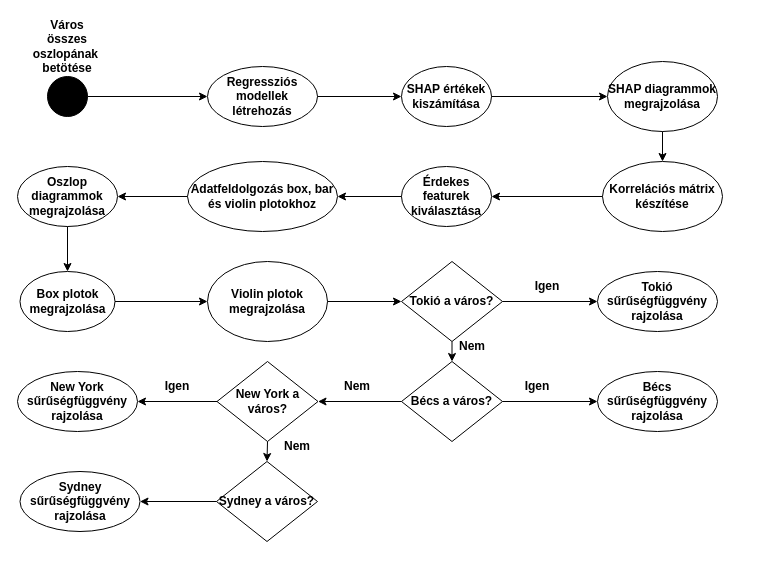
Earlier version of the draw.io diagram Adatelemzés.drawio (HabanAndras/Gepi-latas). Source tidied: cells renumbered, new cells numbered last; positions are measured from the earlier drawing's top-left corner, leaving out a move shared by most shapes. Both pictures are drawn from the tidied source at 100%, with x=0, y=0 at pixel (17, 31).
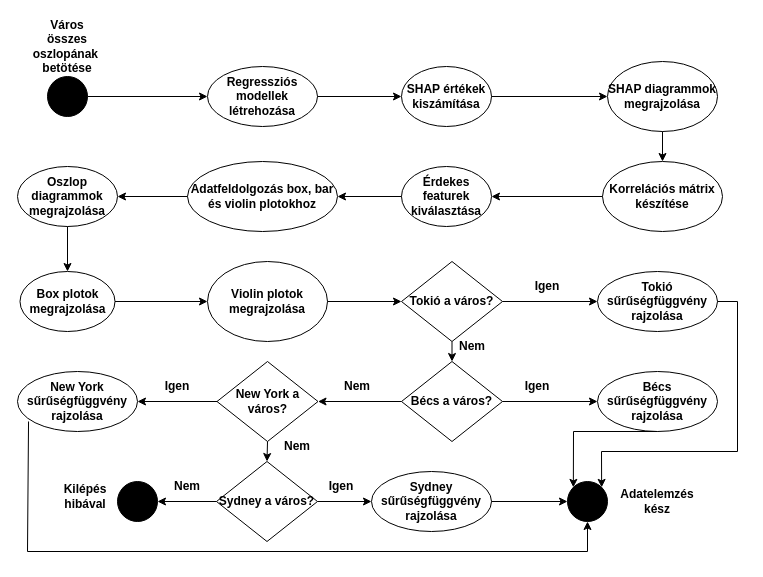
Above is the later version.

The change refers to these unchanged cells:
```xml
<mxCell id="24" value="&lt;b&gt;Tokió sűrűségfüggvény rajzolása&lt;br&gt;&lt;/b&gt;" style="ellipse;whiteSpace=wrap;html=1;" parent="1" vertex="1">
  <mxGeometry x="580" y="240" width="120" height="60" as="geometry" />
</mxCell>
<mxCell id="30" value="&lt;b&gt;Bécs sűrűségfüggvény rajzolása&lt;br&gt;&lt;/b&gt;" style="ellipse;whiteSpace=wrap;html=1;" parent="1" vertex="1">
  <mxGeometry x="580" y="340" width="120" height="60" as="geometry" />
</mxCell>
<mxCell id="33" value="&lt;b&gt;Sydney a város?&lt;br&gt;&lt;/b&gt;" style="rhombus;whiteSpace=wrap;html=1;" parent="1" vertex="1">
  <mxGeometry x="199" y="430" width="101" height="80" as="geometry" />
</mxCell>
<mxCell id="36" value="&lt;b&gt;New York sűrűségfüggvény rajzolása&lt;br&gt;&lt;/b&gt;" style="ellipse;whiteSpace=wrap;html=1;" parent="1" vertex="1">
  <mxGeometry y="340" width="120" height="60" as="geometry" />
</mxCell>
```

Change to the diagram source:
```diff
@@
-    <mxCell id="5" value="&lt;b&gt;Regressziós modellek létrehozás&lt;br&gt;&lt;/b&gt;" style="ellipse;whiteSpace=wrap;html=1;" parent="1" vertex="1">
+    <mxCell id="5" value="&lt;b&gt;Regressziós modellek létrehozása&lt;br&gt;&lt;/b&gt;" style="ellipse;whiteSpace=wrap;html=1;" parent="1" vertex="1">
       <mxGeometry x="190" y="35" width="110" height="60" as="geometry" />
     </mxCell>
@@
     <mxCell id="35" value="&lt;b&gt;Sydney sűrűségfüggvény rajzolása&lt;br&gt;&lt;/b&gt;" style="ellipse;whiteSpace=wrap;html=1;" parent="1" vertex="1">
-      <mxGeometry x="2.5" y="440" width="120" height="60" as="geometry" />
+      <mxGeometry x="354" y="440" width="120" height="60" as="geometry" />
     </mxCell>
@@
+    <mxCell id="44" value="&lt;b&gt;Igen&lt;/b&gt;" style="text;html=1;strokeColor=none;fillColor=none;align=center;verticalAlign=middle;whiteSpace=wrap;rounded=0;" parent="1" vertex="1">
+      <mxGeometry x="294" y="440" width="60" height="30" as="geometry" />
+    </mxCell>
-    <mxCell id="43" style="endArrow=classic;html=1;rounded=0;exitX=0;exitY=0.5;exitDx=0;exitDy=0;entryX=1;entryY=0.5;entryDx=0;entryDy=0;" parent="1" edge="1" source="33" target="35">
+    <mxCell id="43" style="endArrow=classic;html=1;rounded=0;exitX=1;exitY=0.5;exitDx=0;exitDy=0;entryX=0;entryY=0.5;entryDx=0;entryDy=0;" parent="1" edge="1" source="33" target="35">
       <mxGeometry relative="1" as="geometry" />
     </mxCell>
+    <mxCell id="45" style="endArrow=classic;html=1;rounded=0;exitX=0;exitY=0.5;exitDx=0;exitDy=0;" parent="1" edge="1" source="33">
+      <mxGeometry relative="1" as="geometry">
+        <mxPoint x="140" y="470" as="targetPoint" />
+      </mxGeometry>
+    </mxCell>
+    <mxCell id="46" style="ellipse;whiteSpace=wrap;html=1;fillColor=#000000;" parent="1" vertex="1">
+      <mxGeometry x="550" y="450" width="40" height="40" as="geometry" />
+    </mxCell>
+    <mxCell id="47" style="ellipse;whiteSpace=wrap;html=1;fillColor=#000000;" parent="1" vertex="1">
+      <mxGeometry x="100" y="450" width="40" height="40" as="geometry" />
+    </mxCell>
+    <mxCell id="48" value="&lt;b&gt;Nem&lt;/b&gt;" style="text;html=1;strokeColor=none;fillColor=none;align=center;verticalAlign=middle;whiteSpace=wrap;rounded=0;" parent="1" vertex="1">
+      <mxGeometry x="140" y="440" width="60" height="30" as="geometry" />
+    </mxCell>
+    <mxCell id="49" value="&lt;b&gt;Kilépés hibával&lt;br&gt;&lt;/b&gt;" style="text;html=1;strokeColor=none;fillColor=none;align=center;verticalAlign=middle;whiteSpace=wrap;rounded=0;" parent="1" vertex="1">
+      <mxGeometry x="37.5" y="450" width="60" height="30" as="geometry" />
+    </mxCell>
+    <mxCell id="50" style="endArrow=classic;html=1;rounded=0;exitX=1;exitY=0.5;exitDx=0;exitDy=0;entryX=0;entryY=0.5;entryDx=0;entryDy=0;" parent="1" edge="1" source="35" target="46">
+      <mxGeometry relative="1" as="geometry" />
+    </mxCell>
+    <mxCell id="51" style="endArrow=classic;html=1;rounded=0;exitX=0.092;exitY=0.833;exitDx=0;exitDy=0;entryX=0.5;entryY=1;entryDx=0;entryDy=0;exitPerimeter=0;" parent="1" edge="1" source="36" target="46">
+      <mxGeometry relative="1" as="geometry">
+        <Array as="points">
+          <mxPoint x="10" y="520" />
+          <mxPoint x="570" y="520" />
+        </Array>
+      </mxGeometry>
+    </mxCell>
+    <mxCell id="52" style="endArrow=classic;html=1;rounded=0;exitX=0.5;exitY=1;exitDx=0;exitDy=0;entryX=0;entryY=0;entryDx=0;entryDy=0;" parent="1" edge="1" source="30" target="46">
+      <mxGeometry relative="1" as="geometry">
+        <Array as="points">
+          <mxPoint x="556" y="400" />
+        </Array>
+      </mxGeometry>
+    </mxCell>
+    <mxCell id="53" style="endArrow=classic;html=1;rounded=0;exitX=1;exitY=0.5;exitDx=0;exitDy=0;entryX=1;entryY=0;entryDx=0;entryDy=0;" parent="1" edge="1" source="24" target="46">
+      <mxGeometry relative="1" as="geometry">
+        <Array as="points">
+          <mxPoint x="720" y="270" />
+          <mxPoint x="720" y="420" />
+          <mxPoint x="584" y="420" />
+        </Array>
+      </mxGeometry>
+    </mxCell>
+    <mxCell id="54" value="&lt;b&gt;Adatelemzés kész&lt;br&gt;&lt;/b&gt;" style="text;html=1;strokeColor=none;fillColor=none;align=center;verticalAlign=middle;whiteSpace=wrap;rounded=0;" parent="1" vertex="1">
+      <mxGeometry x="610" y="455" width="60" height="30" as="geometry" />
+    </mxCell>
```
